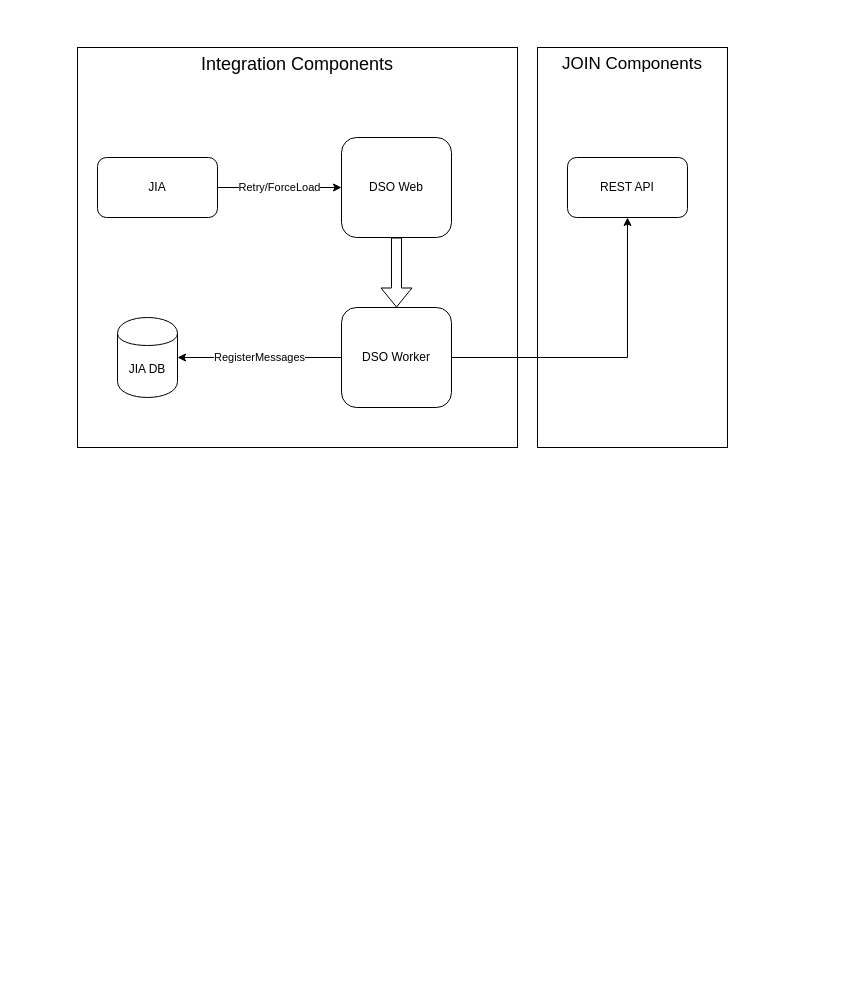
surajpunugade/surajgithubsite keeps this draw.io diagram as DSO.drawio. Above is the earlier version. Source tidied: cells renumbered, new cells numbered last; positions are measured from the earlier drawing's top-left corner, leaving out a move shared by most shapes. Both pictures are drawn from the tidied source at 100%, with x=0, y=0 at pixel (77, 47).
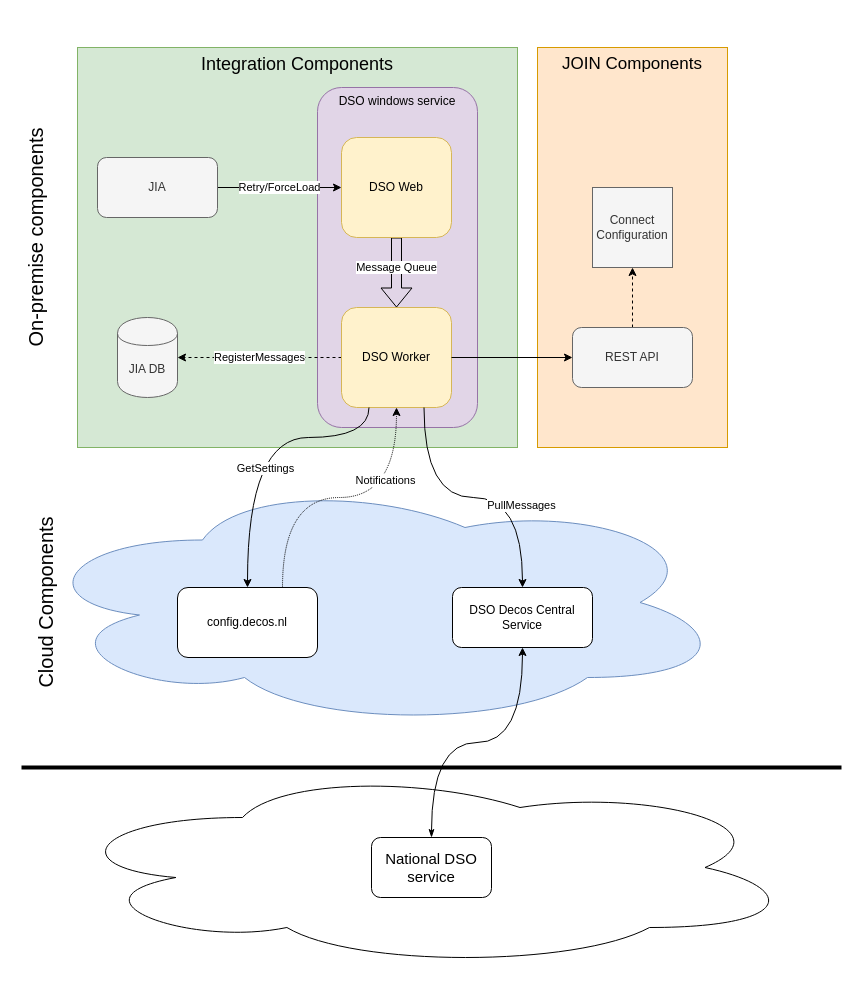
Above is the later version.

Diff of the diagram source:
```diff
@@
+    <mxCell id="13" value="On-premise components" style="rounded=0;whiteSpace=wrap;html=1;fontSize=20;strokeColor=none;horizontal=0;verticalAlign=top;" parent="1" vertex="1">
+      <mxGeometry x="-60" y="-30" width="790" height="440" as="geometry" />
+    </mxCell>
-    <mxCell id="2" value="Integration Components" style="rounded=0;whiteSpace=wrap;html=1;verticalAlign=top;fontSize=18;" parent="1" vertex="1">
+    <mxCell id="2" value="Integration Components" style="rounded=0;whiteSpace=wrap;html=1;verticalAlign=top;fontSize=18;fillColor=#d5e8d4;strokeColor=#82b366;" parent="1" vertex="1">
       <mxGeometry width="440" height="400" as="geometry" />
     </mxCell>
+    <mxCell id="14" value="DSO windows service" style="rounded=1;whiteSpace=wrap;html=1;verticalAlign=top;fillColor=#e1d5e7;strokeColor=#9673a6;" parent="1" vertex="1">
+      <mxGeometry x="240" y="40" width="160" height="340" as="geometry" />
+    </mxCell>
-    <mxCell id="3" value="JOIN Components" style="rounded=0;whiteSpace=wrap;html=1;fontSize=17;verticalAlign=top;" parent="1" vertex="1">
+    <mxCell id="3" value="JOIN Components" style="rounded=0;whiteSpace=wrap;html=1;fontSize=17;verticalAlign=top;fillColor=#ffe6cc;strokeColor=#d79b00;" parent="1" vertex="1">
       <mxGeometry x="460" width="190" height="400" as="geometry" />
     </mxCell>
-    <mxCell id="4" value="RegisterMessages" style="edgeStyle=orthogonalEdgeStyle;rounded=0;jettySize=auto;html=1;" parent="1" edge="1" source="5" target="6">
+    <mxCell id="4" value="RegisterMessages" style="edgeStyle=orthogonalEdgeStyle;rounded=0;jettySize=auto;html=1;dashed=1;" parent="1" edge="1" source="5" target="6">
       <mxGeometry relative="1" as="geometry" />
     </mxCell>
-    <mxCell id="5" value="DSO Worker" style="rounded=1;whiteSpace=wrap;html=1;" parent="1" vertex="1">
+    <mxCell id="5" value="DSO Worker" style="rounded=1;whiteSpace=wrap;html=1;fillColor=#fff2cc;strokeColor=#d6b656;" parent="1" vertex="1">
       <mxGeometry x="264" y="260" width="110" height="100" as="geometry" />
     </mxCell>
-    <mxCell id="6" value="JIA DB" style="shape=cylinder;whiteSpace=wrap;html=1;boundedLbl=1;backgroundOutline=1;" parent="1" vertex="1">
+    <mxCell id="6" value="JIA DB" style="shape=cylinder;whiteSpace=wrap;html=1;boundedLbl=1;backgroundOutline=1;fillColor=#f5f5f5;strokeColor=#666666;fontColor=#333333;" parent="1" vertex="1">
       <mxGeometry x="40" y="270" width="60" height="80" as="geometry" />
     </mxCell>
-    <mxCell id="7" style="edgeStyle=orthogonalEdgeStyle;rounded=0;jettySize=auto;html=1;shape=flexArrow;" parent="1" edge="1" source="9" target="5">
-      <mxGeometry relative="1" as="geometry" />
+    <mxCell id="7" value="Message Queue" style="edgeStyle=orthogonalEdgeStyle;rounded=0;jettySize=auto;html=1;shape=flexArrow;fillColor=none;" parent="1" edge="1" source="9" target="5">
+      <mxGeometry x="-0.14" relative="1" as="geometry" />
     </mxCell>
@@
-    <mxCell id="9" value="DSO Web" style="rounded=1;whiteSpace=wrap;html=1;" parent="1" vertex="1">
+    <mxCell id="9" value="DSO Web" style="rounded=1;whiteSpace=wrap;html=1;fillColor=#fff2cc;strokeColor=#d6b656;" parent="1" vertex="1">
       <mxGeometry x="264" y="90" width="110" height="100" as="geometry" />
     </mxCell>
@@
-    <mxCell id="11" value="JIA" style="rounded=1;whiteSpace=wrap;html=1;" parent="1" vertex="1">
+    <mxCell id="11" value="JIA" style="rounded=1;whiteSpace=wrap;html=1;fillColor=#f5f5f5;strokeColor=#666666;fontColor=#333333;" parent="1" vertex="1">
       <mxGeometry x="20" y="110" width="120" height="60" as="geometry" />
     </mxCell>
+    <mxCell id="15" style="edgeStyle=orthogonalEdgeStyle;rounded=0;jettySize=auto;html=1;entryX=0.5;entryY=1;entryDx=0;entryDy=0;dashed=1;" parent="1" edge="1" source="12" target="16">
+      <mxGeometry relative="1" as="geometry" />
+    </mxCell>
-    <mxCell id="12" value="REST API" style="rounded=1;whiteSpace=wrap;html=1;fontSize=12;" parent="1" vertex="1">
-      <mxGeometry x="490" y="110" width="120" height="60" as="geometry" />
+    <mxCell id="12" value="REST API" style="rounded=1;whiteSpace=wrap;html=1;fontSize=12;fillColor=#f5f5f5;strokeColor=#666666;fontColor=#333333;" parent="1" vertex="1">
+      <mxGeometry x="495" y="280" width="120" height="60" as="geometry" />
     </mxCell>
+    <mxCell id="16" value="Connect Configuration" style="rounded=0;whiteSpace=wrap;html=1;fillColor=#f5f5f5;strokeColor=#666666;fontColor=#333333;" parent="1" vertex="1">
+      <mxGeometry x="515" y="140" width="80" height="80" as="geometry" />
+    </mxCell>
+    <mxCell id="17" value="Cloud Components" style="ellipse;shape=cloud;whiteSpace=wrap;html=1;verticalAlign=top;horizontal=0;fontSize=20;fillColor=#dae8fc;strokeColor=#6c8ebf;" parent="1" vertex="1">
+      <mxGeometry x="-50" y="430" width="700" height="250" as="geometry" />
+    </mxCell>
+    <mxCell id="18" style="edgeStyle=orthogonalEdgeStyle;curved=1;jettySize=auto;html=1;entryX=0.5;entryY=1;entryDx=0;entryDy=0;strokeColor=#000000;exitX=0.75;exitY=0;exitDx=0;exitDy=0;dashed=1;dashPattern=1 1;" parent="1" edge="1" source="20" target="5">
+      <mxGeometry relative="1" as="geometry" />
+    </mxCell>
+    <mxCell id="19" value="Notifications" style="edgeLabel;html=1;align=center;verticalAlign=middle;" parent="18" vertex="1">
+      <mxGeometry x="0.51" y="12" relative="1" as="geometry" />
+    </mxCell>
+    <mxCell id="20" value="config.decos.nl" style="rounded=1;whiteSpace=wrap;html=1;" parent="1" vertex="1">
+      <mxGeometry x="100" y="540" width="140" height="70" as="geometry" />
+    </mxCell>
+    <mxCell id="21" style="edgeStyle=orthogonalEdgeStyle;curved=1;jettySize=auto;html=1;strokeColor=#000000;exitX=0.25;exitY=1;exitDx=0;exitDy=0;" parent="1" edge="1" source="5" target="20">
+      <mxGeometry relative="1" as="geometry">
+        <Array as="points">
+          <mxPoint x="292" y="390" />
+          <mxPoint x="170" y="390" />
+        </Array>
+      </mxGeometry>
+    </mxCell>
+    <mxCell id="22" value="GetSettings" style="edgeLabel;html=1;align=center;verticalAlign=middle;" parent="21" vertex="1">
+      <mxGeometry x="0.21" y="17" relative="1" as="geometry" />
+    </mxCell>
+    <mxCell id="23" value="DSO Decos Central Service" style="rounded=1;whiteSpace=wrap;html=1;" parent="1" vertex="1">
+      <mxGeometry x="375" y="540" width="140" height="60" as="geometry" />
+    </mxCell>
+    <mxCell id="24" style="edgeStyle=orthogonalEdgeStyle;curved=1;jettySize=auto;html=1;strokeColor=#000000;exitX=0.75;exitY=1;exitDx=0;exitDy=0;" parent="1" edge="1" source="5" target="23">
+      <mxGeometry relative="1" as="geometry" />
+    </mxCell>
+    <mxCell id="25" value="PullMessages" style="edgeLabel;html=1;align=center;verticalAlign=middle;" parent="24" vertex="1">
+      <mxGeometry x="0.41" y="-2" relative="1" as="geometry" />
+    </mxCell>
+    <mxCell id="26" style="endArrow=none;html=1;strokeColor=#000000;fontSize=20;strokeWidth=4;" parent="1" edge="1">
+      <mxGeometry relative="1" as="geometry">
+        <mxPoint x="-56" y="720" as="sourcePoint" />
+        <mxPoint x="764" y="720" as="targetPoint" />
+      </mxGeometry>
+    </mxCell>
+    <mxCell id="27" style="ellipse;shape=cloud;whiteSpace=wrap;html=1;fontSize=20;" parent="1" vertex="1">
+      <mxGeometry x="-20" y="720" width="740" height="200" as="geometry" />
+    </mxCell>
+    <mxCell id="28" style="edgeStyle=orthogonalEdgeStyle;curved=1;jettySize=auto;html=1;entryX=0.5;entryY=1;entryDx=0;entryDy=0;strokeColor=#000000;strokeWidth=1;fontSize=15;startArrow=classicThin;startFill=1;" parent="1" edge="1" source="29" target="23">
+      <mxGeometry relative="1" as="geometry" />
+    </mxCell>
+    <mxCell id="29" value="National DSO service" style="rounded=1;whiteSpace=wrap;html=1;fontSize=15;" parent="1" vertex="1">
+      <mxGeometry x="294" y="790" width="120" height="60" as="geometry" />
+    </mxCell>
```
